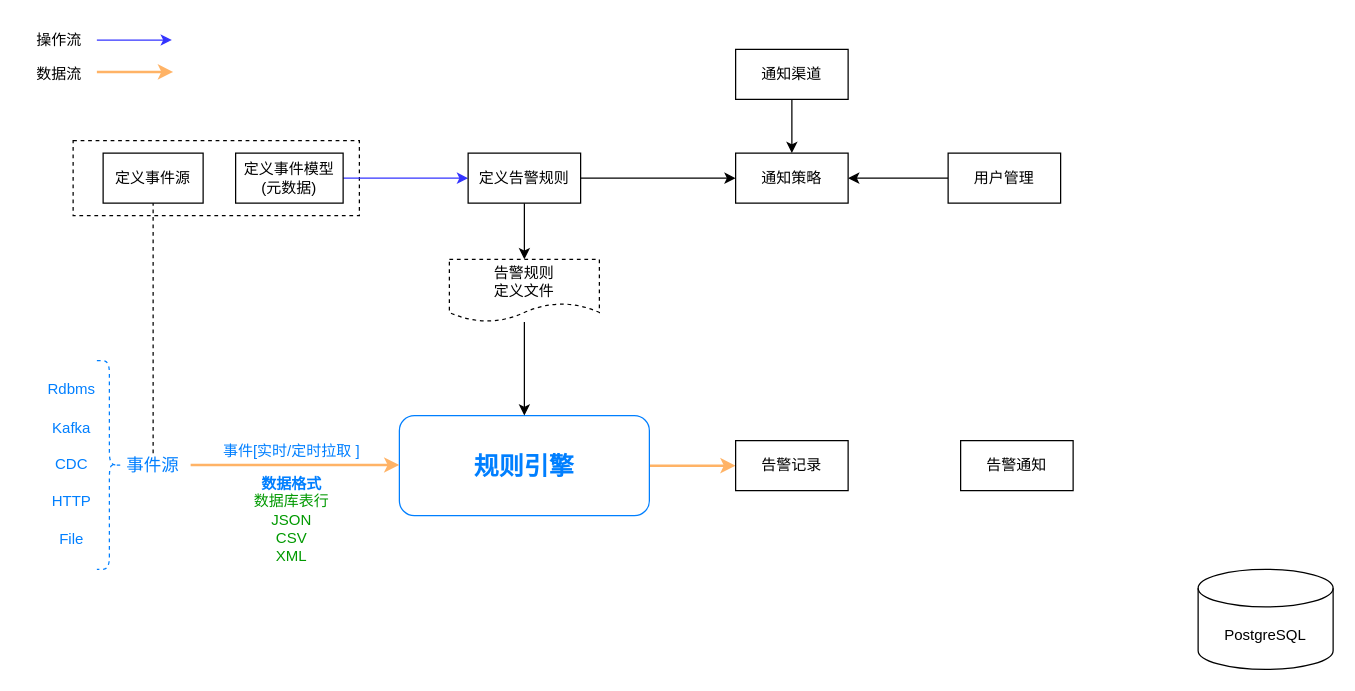
Above: page "架构图" (1 of 3) of 设计.drawio in tom1978/alarm (draw.io), before the change. Source tidied: cells renumbered, new cells numbered last; positions are measured from the earlier drawing's top-left corner, leaving out a move shared by most shapes. Both pictures are drawn from the tidied source at 125%, with x=0, y=0 at pixel (21, 21).
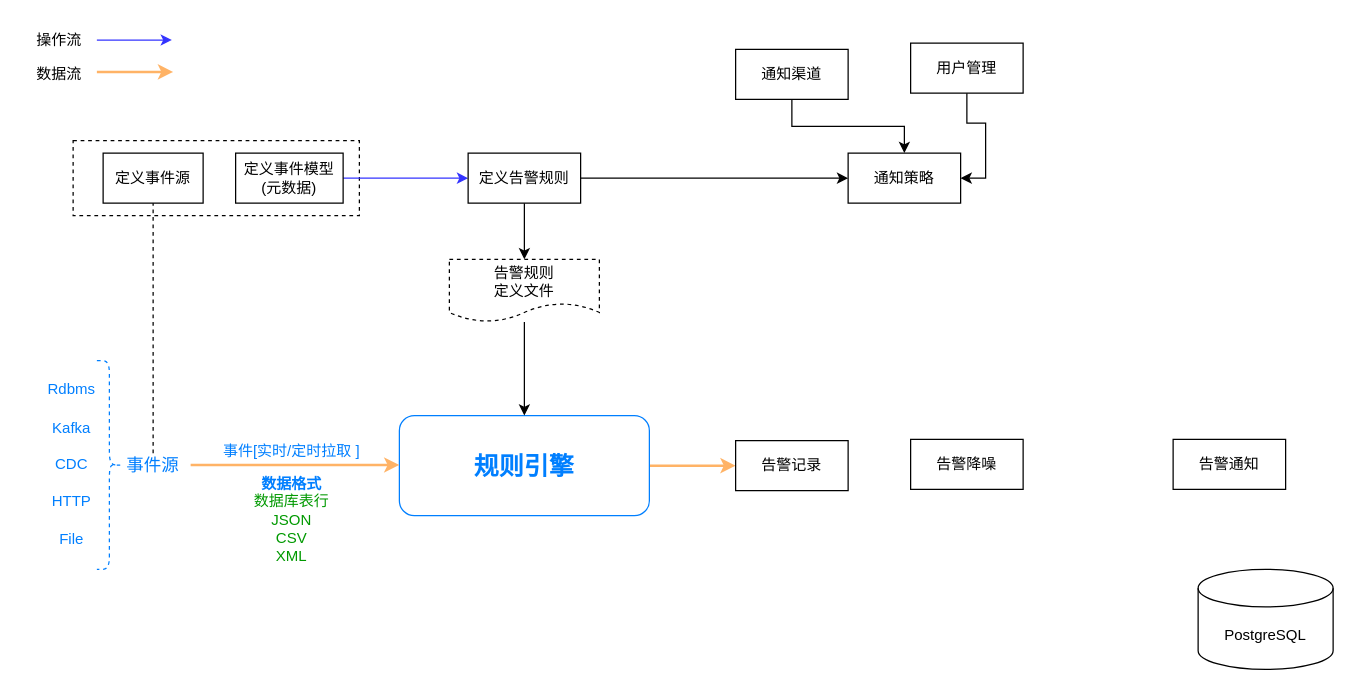
The same page after the edit.

What changed in the source:
```diff
@@
     <mxCell id="25" value="告警通知" style="rounded=0;whiteSpace=wrap;html=1;" parent="1" vertex="1">
-      <mxGeometry x="751" y="335" width="90" height="40" as="geometry" />
+      <mxGeometry x="921" y="334" width="90" height="40" as="geometry" />
     </mxCell>
@@
     <mxCell id="32" value="用户管理" style="rounded=0;whiteSpace=wrap;html=1;" parent="1" vertex="1">
-      <mxGeometry x="741" y="105" width="90" height="40" as="geometry" />
+      <mxGeometry x="711" y="17" width="90" height="40" as="geometry" />
     </mxCell>
     <mxCell id="33" value="通知策略" style="rounded=0;whiteSpace=wrap;html=1;" parent="1" vertex="1">
-      <mxGeometry x="571" y="105" width="90" height="40" as="geometry" />
+      <mxGeometry x="661" y="105" width="90" height="40" as="geometry" />
     </mxCell>
@@
+    <mxCell id="36" value="告警降噪" style="rounded=0;whiteSpace=wrap;html=1;" parent="1" vertex="1">
+      <mxGeometry x="711" y="334" width="90" height="40" as="geometry" />
+    </mxCell>
```
